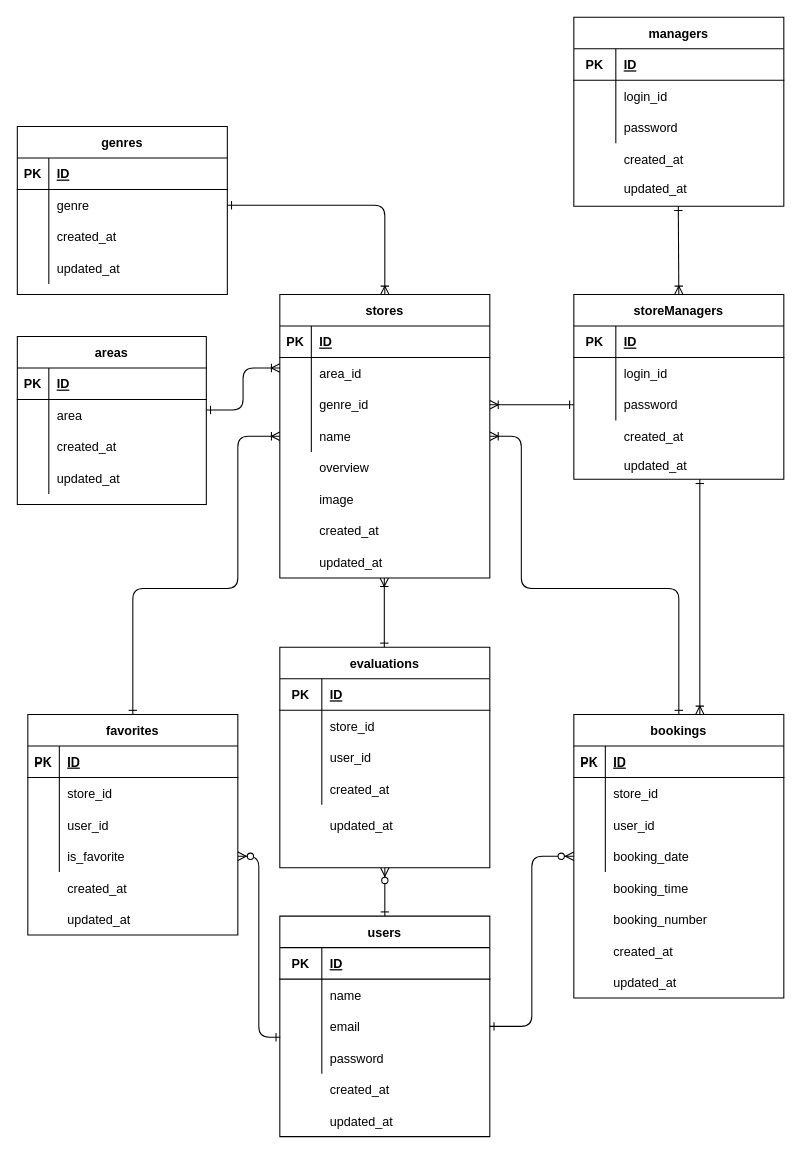
YUKINA-gif/Rese-api keeps this draw.io diagram as rese.dio. Above is the earlier version. Source tidied: cells renumbered, new cells numbered last; positions are measured from the earlier drawing's top-left corner, leaving out a move shared by most shapes. Both pictures are drawn from the tidied source at 105%, with x=0, y=0 at pixel (17, 17).
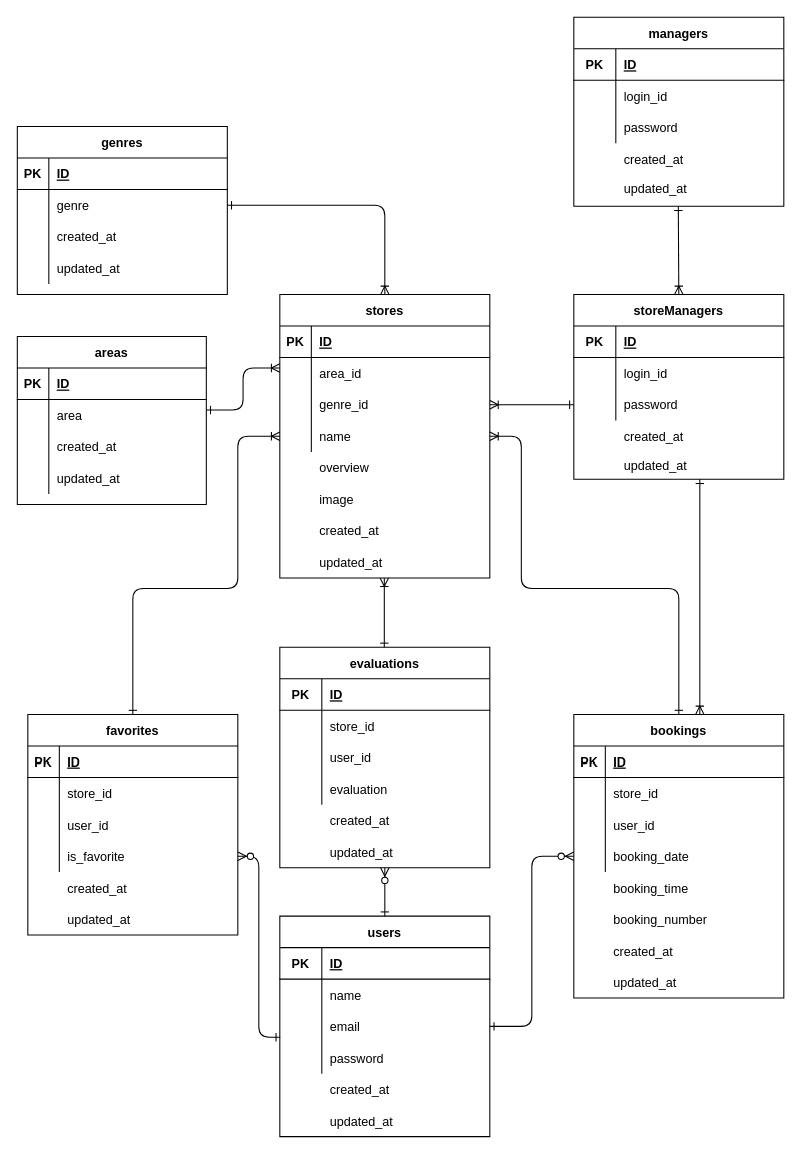
Above is the later version.

Change to the diagram source:
```diff
@@
     <mxCell id="140" value="created_at" style="shape=partialRectangle;fillColor=none;top=0;left=0;bottom=0;right=0;align=left;spacingLeft=6;overflow=hidden;" parent="1" vertex="1">
-      <mxGeometry x="290" y="720" width="160" height="30" as="geometry" />
+      <mxGeometry x="290" y="750" width="160" height="30" as="geometry" />
     </mxCell>
     <mxCell id="141" value="updated_at" style="shape=partialRectangle;fillColor=none;top=0;left=0;bottom=0;right=0;align=left;spacingLeft=6;overflow=hidden;" parent="1" vertex="1">
-      <mxGeometry x="290" y="754" width="160" height="30" as="geometry" />
+      <mxGeometry x="290" y="780" width="160" height="30" as="geometry" />
     </mxCell>
@@
+    <mxCell id="144" value="evaluation" style="shape=partialRectangle;fillColor=none;top=0;left=0;bottom=0;right=0;align=left;spacingLeft=6;overflow=hidden;" parent="1" vertex="1">
+      <mxGeometry x="290" y="720" width="160" height="30" as="geometry" />
+    </mxCell>
```
